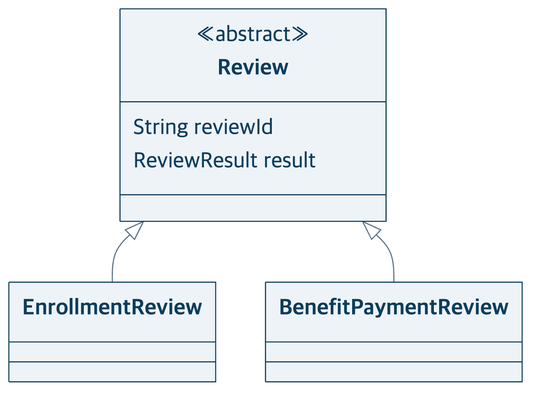
Before: docs/presentation/diagrams/clusters/review-design.png, a diagram exported from Mermaid (heyoonyoon/distributed-programming). Its source is kept beside it as docs/presentation/diagrams/clusters/review-design.mmd. The source it was exported from:
```mermaid
classDiagram
direction TB
class Review {
  <<abstract>>
  String reviewId
  ReviewResult result
}
class EnrollmentReview
class BenefitPaymentReview
Review <|-- EnrollmentReview
Review <|-- BenefitPaymentReview
```
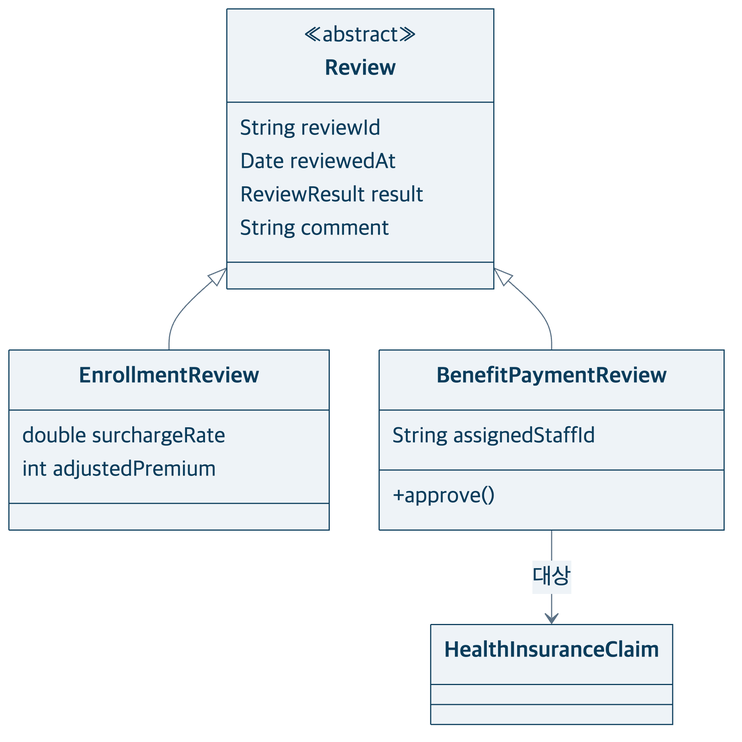
The same file after the commit.

Diff of the diagram source:
```diff
@@ -3,9 +3,19 @@
 class Review {
   <<abstract>>
   String reviewId
+  Date reviewedAt
   ReviewResult result
+  String comment
 }
-class EnrollmentReview
-class BenefitPaymentReview
+class EnrollmentReview {
+  double surchargeRate
+  int adjustedPremium
+}
+class BenefitPaymentReview {
+  String assignedStaffId
+  +approve()
+}
+class HealthInsuranceClaim
 Review <|-- EnrollmentReview
 Review <|-- BenefitPaymentReview
+BenefitPaymentReview --> HealthInsuranceClaim : 대상
```
